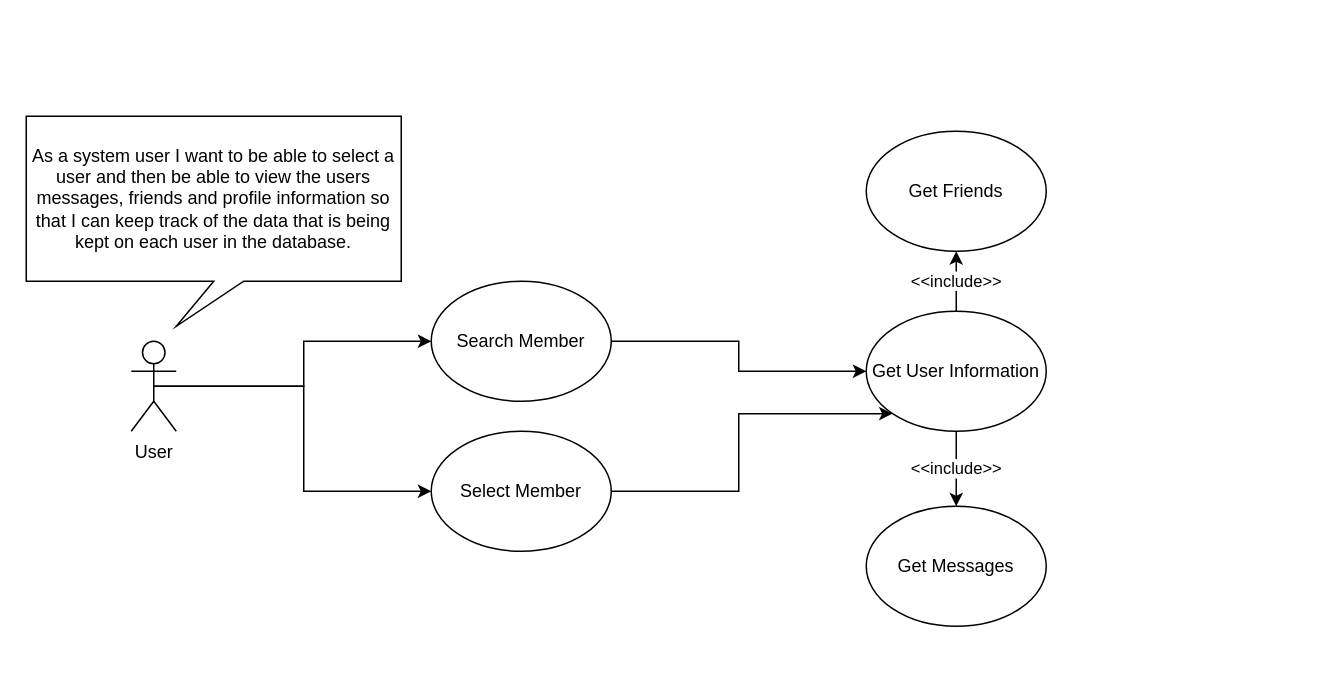
This is UML Diagrams/UseCase.drawio from DavidWood2001-zz/ISAD157, a draw.io file, before an edit. Source tidied: cells renumbered, new cells numbered last; positions are measured from the earlier drawing's top-left corner, leaving out a move shared by most shapes. Both pictures are drawn from the tidied source at 150%, with x=0, y=0 at pixel (26, 116).
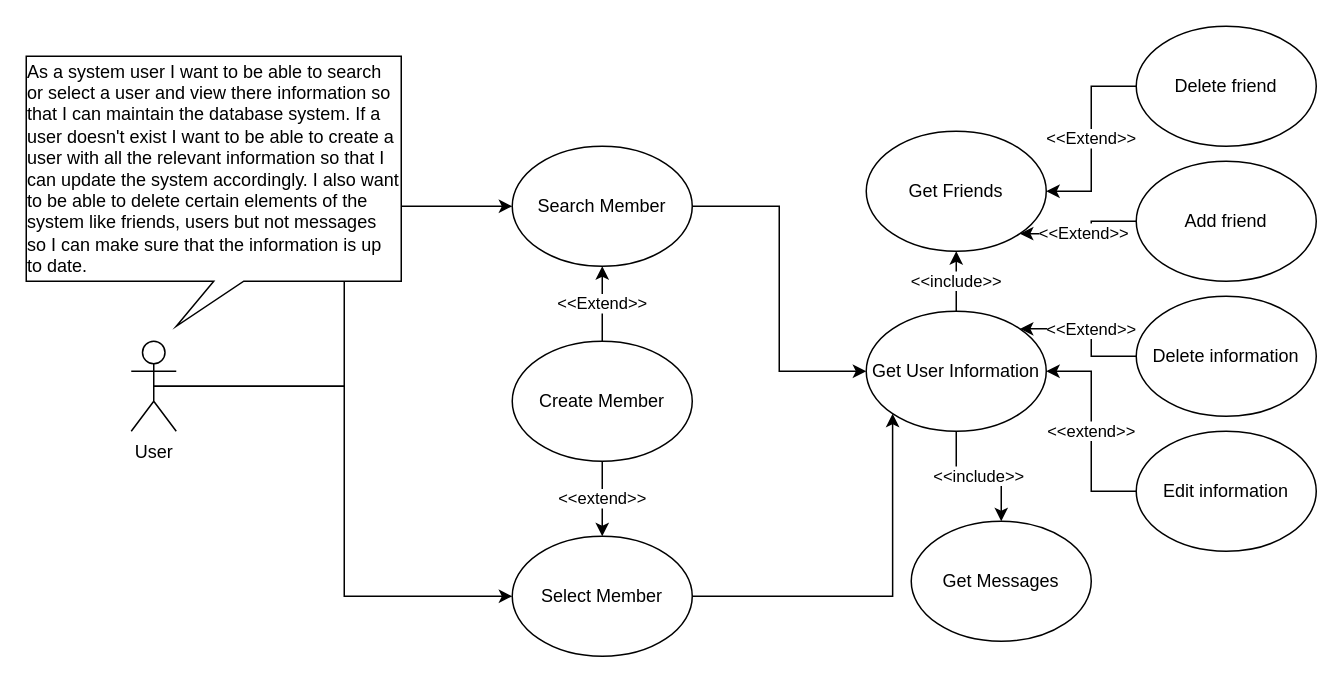
The same diagram, later.

Commit message (it also covers changes not shown here):
Added the activity diagram that identifies workflow

The change refers to these unchanged cells:
```xml
<mxCell id="9" value="Get Friends" style="ellipse;whiteSpace=wrap;html=1;" parent="1" vertex="1">
  <mxGeometry x="560" y="10" width="120" height="80" as="geometry" />
</mxCell>
<mxCell id="12" value="Get User Information" style="ellipse;whiteSpace=wrap;html=1;" parent="1" vertex="1">
  <mxGeometry x="560" y="130" width="120" height="80" as="geometry" />
</mxCell>
```

What changed in the source:
```diff
@@
     <mxCell id="6" value="Search Member" style="ellipse;whiteSpace=wrap;html=1;" parent="1" vertex="1">
-      <mxGeometry x="270" y="110" width="120" height="80" as="geometry" />
+      <mxGeometry x="324" y="20" width="120" height="80" as="geometry" />
     </mxCell>
@@
     <mxCell id="8" value="Select Member" style="ellipse;whiteSpace=wrap;html=1;" parent="1" vertex="1">
-      <mxGeometry x="270" y="210" width="120" height="80" as="geometry" />
+      <mxGeometry x="324" y="280" width="120" height="80" as="geometry" />
     </mxCell>
@@
     <mxCell id="13" value="Get Messages" style="ellipse;whiteSpace=wrap;html=1;" parent="1" vertex="1">
-      <mxGeometry x="560" y="260" width="120" height="80" as="geometry" />
+      <mxGeometry x="590" y="270" width="120" height="80" as="geometry" />
     </mxCell>
-    <mxCell id="14" value="&lt;span style=&quot;text-align: left&quot;&gt;As a system user I want to be able to select a user and then&amp;nbsp;&lt;/span&gt;&lt;span style=&quot;text-align: left&quot;&gt;be able to view the users messages, friends and profile information so that I&amp;nbsp;&lt;/span&gt;&lt;span style=&quot;text-align: left&quot;&gt;can keep track of the data that is being kept on each user in the database.&lt;/span&gt;" style="shape=callout;whiteSpace=wrap;html=1;perimeter=calloutPerimeter;position2=0.4;" parent="1" vertex="1">
-      <mxGeometry width="250" height="140" as="geometry" />
+    <mxCell id="14" value="&lt;div style=&quot;text-align: left&quot;&gt;&lt;span&gt;As a system user I want to be able to search or select a user and view there information so that I can maintain the database system. If a user doesn't exist I want to be able to create a user with all the relevant information so that I can update the system accordingly. I also want to be able to delete certain elements of the system like friends, users but not messages so I can make sure that the information is up to date.&lt;/span&gt;&lt;/div&gt;" style="shape=callout;whiteSpace=wrap;html=1;perimeter=calloutPerimeter;position2=0.4;" parent="1" vertex="1">
+      <mxGeometry y="-40" width="250" height="180" as="geometry" />
     </mxCell>
+    <mxCell id="15" value="&amp;lt;&amp;lt;Extend&amp;gt;&amp;gt;" style="edgeStyle=orthogonalEdgeStyle;rounded=0;jettySize=auto;html=1;entryX=1;entryY=0.5;entryDx=0;entryDy=0;" parent="1" edge="1" source="16" target="9">
+      <mxGeometry relative="1" as="geometry" />
+    </mxCell>
+    <mxCell id="16" value="Delete friend" style="ellipse;whiteSpace=wrap;html=1;" parent="1" vertex="1">
+      <mxGeometry x="740" y="-60" width="120" height="80" as="geometry" />
+    </mxCell>
+    <mxCell id="17" value="&amp;lt;&amp;lt;extend&amp;gt;&amp;gt;" style="edgeStyle=orthogonalEdgeStyle;rounded=0;jettySize=auto;html=1;entryX=1;entryY=0.5;entryDx=0;entryDy=0;" parent="1" edge="1" source="18" target="12">
+      <mxGeometry relative="1" as="geometry" />
+    </mxCell>
+    <mxCell id="18" value="Edit information" style="ellipse;whiteSpace=wrap;html=1;" parent="1" vertex="1">
+      <mxGeometry x="740" y="210" width="120" height="80" as="geometry" />
+    </mxCell>
+    <mxCell id="19" value="&amp;lt;&amp;lt;Extend&amp;gt;&amp;gt;" style="edgeStyle=orthogonalEdgeStyle;rounded=0;jettySize=auto;html=1;entryX=1;entryY=0;entryDx=0;entryDy=0;" parent="1" edge="1" source="20" target="12">
+      <mxGeometry relative="1" as="geometry" />
+    </mxCell>
+    <mxCell id="20" value="Delete information" style="ellipse;whiteSpace=wrap;html=1;" parent="1" vertex="1">
+      <mxGeometry x="740" y="120" width="120" height="80" as="geometry" />
+    </mxCell>
+    <mxCell id="21" value="&amp;lt;&amp;lt;Extend&amp;gt;&amp;gt;" style="edgeStyle=orthogonalEdgeStyle;rounded=0;jettySize=auto;html=1;entryX=1;entryY=1;entryDx=0;entryDy=0;" parent="1" edge="1" source="22" target="9">
+      <mxGeometry relative="1" as="geometry" />
+    </mxCell>
+    <mxCell id="22" value="Add friend" style="ellipse;whiteSpace=wrap;html=1;" parent="1" vertex="1">
+      <mxGeometry x="740" y="30" width="120" height="80" as="geometry" />
+    </mxCell>
+    <mxCell id="23" value="&amp;lt;&amp;lt;Extend&amp;gt;&amp;gt;" style="edgeStyle=orthogonalEdgeStyle;rounded=0;jettySize=auto;html=1;entryX=0.5;entryY=1;entryDx=0;entryDy=0;" parent="1" edge="1" source="25" target="6">
+      <mxGeometry relative="1" as="geometry" />
+    </mxCell>
+    <mxCell id="24" value="&amp;lt;&amp;lt;extend&amp;gt;&amp;gt;" style="edgeStyle=orthogonalEdgeStyle;rounded=0;jettySize=auto;html=1;entryX=0.5;entryY=0;entryDx=0;entryDy=0;" parent="1" edge="1" source="25" target="8">
+      <mxGeometry relative="1" as="geometry" />
+    </mxCell>
+    <mxCell id="25" value="Create Member" style="ellipse;whiteSpace=wrap;html=1;" parent="1" vertex="1">
+      <mxGeometry x="324" y="150" width="120" height="80" as="geometry" />
+    </mxCell>
```
